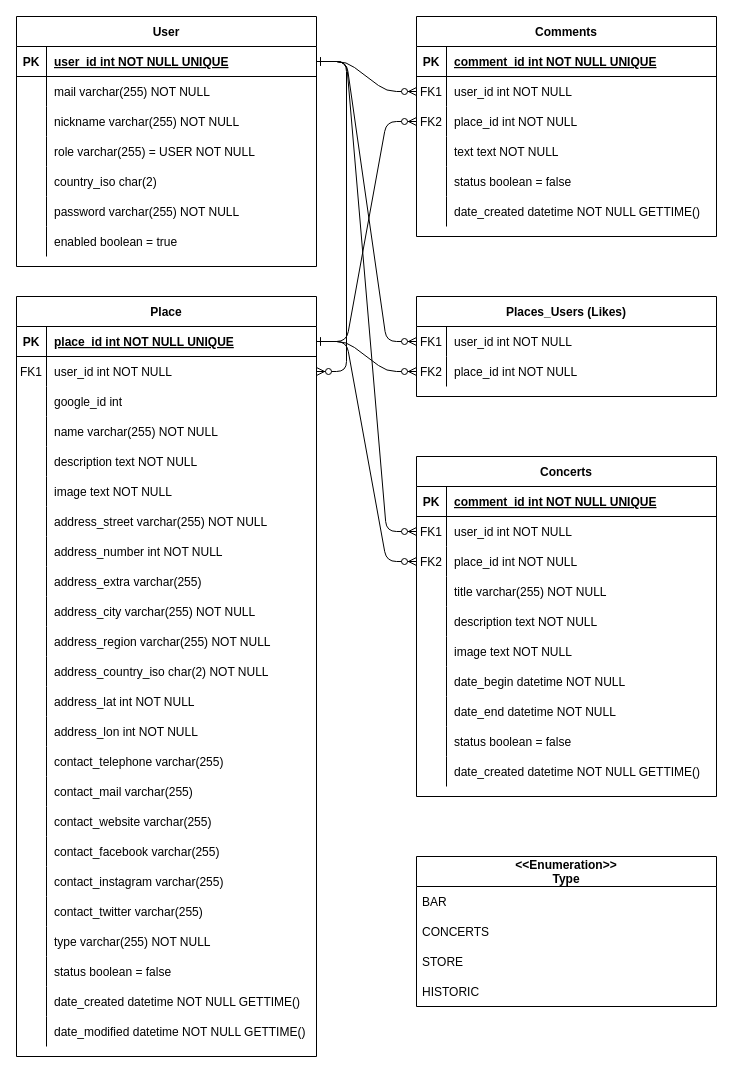
Earlier version of the draw.io diagram backend/uml_class_diagram.drawio (peppecuci/metaltravelguide). Source tidied: cells renumbered, new cells numbered last; positions are measured from the earlier drawing's top-left corner, leaving out a move shared by most shapes. Both pictures are drawn from the tidied source at 100%, with x=0, y=0 at pixel (16, 16).
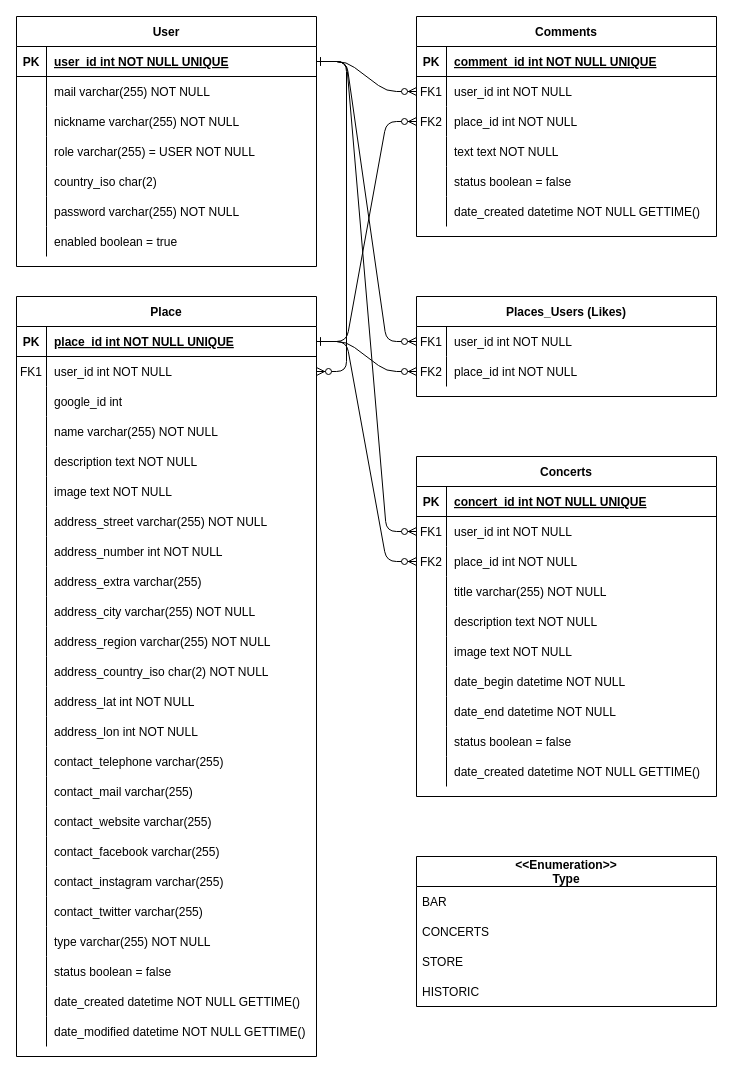
The same page after the edit.

Unchanged cells that the change refers to:
```xml
<mxCell id="125" style="shape=partialRectangle;fillColor=none;top=0;left=0;right=0;bottom=1;" parent="124" vertex="1">
  <mxGeometry y="30" width="300" height="30" as="geometry" />
</mxCell>
```

What changed in the source:
```diff
@@
-    <mxCell id="127" value="comment_id int NOT NULL UNIQUE" style="shape=partialRectangle;overflow=hidden;fillColor=none;top=0;left=0;bottom=0;right=0;align=left;spacingLeft=6;fontStyle=5;" parent="125" vertex="1">
+    <mxCell id="127" value="concert_id int NOT NULL UNIQUE" style="shape=partialRectangle;overflow=hidden;fillColor=none;top=0;left=0;bottom=0;right=0;align=left;spacingLeft=6;fontStyle=5;" parent="125" vertex="1">
       <mxGeometry x="30" width="270" height="30" as="geometry" />
     </mxCell>
```
